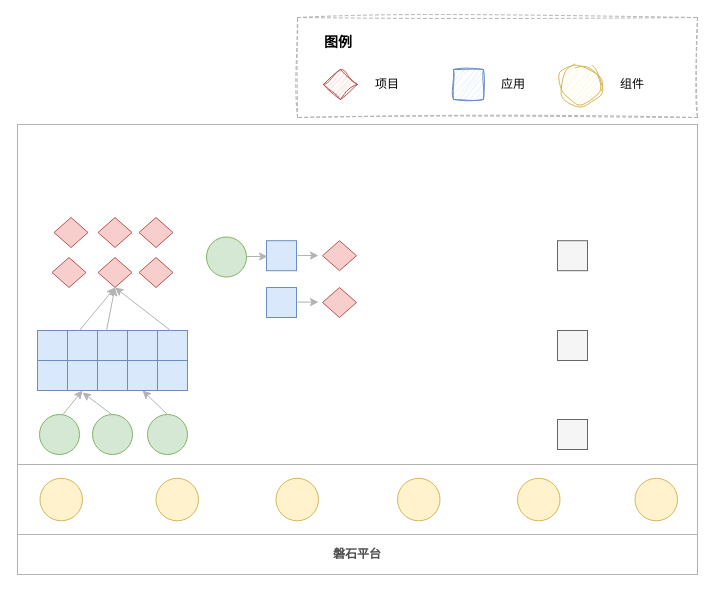
The draw.io diagram 低代码—项目背景.drawio in tangyaosimida/love, before the edit. Source tidied: cells renumbered, new cells numbered last; positions are measured from the earlier drawing's top-left corner, leaving out a move shared by most shapes. Both pictures are drawn from the tidied source at 100%, with x=0, y=0 at pixel (17, 17).
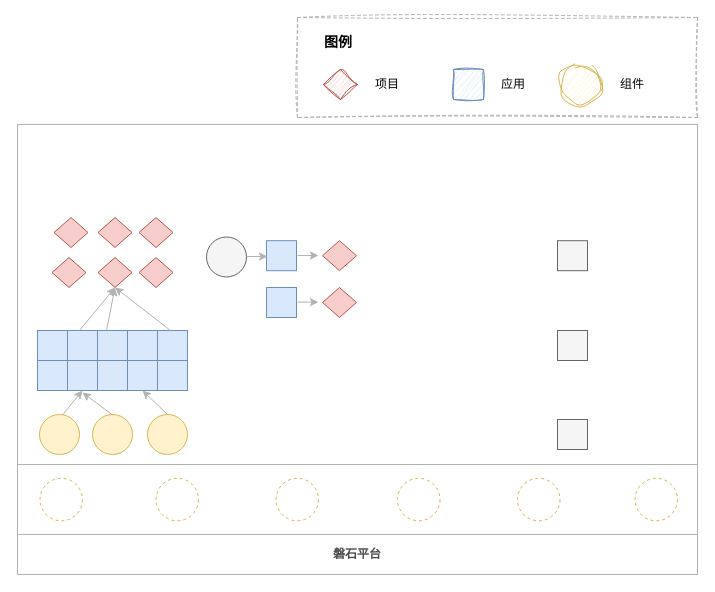
After the change.

Commit message (it also covers changes not shown here):
更新低代码—项目背景.drawio

Diff of the diagram source:
```diff
@@
-    <mxCell id="6" style="ellipse;whiteSpace=wrap;html=1;fillColor=#fff2cc;strokeColor=#d6b656;" parent="1" vertex="1">
+    <mxCell id="6" style="ellipse;whiteSpace=wrap;html=1;fillColor=none;strokeColor=#d6b656;dashed=1;" parent="1" vertex="1">
       <mxGeometry x="22.5" y="460.8" width="42.5" height="42.5" as="geometry" />
     </mxCell>
-    <mxCell id="7" style="ellipse;whiteSpace=wrap;html=1;fillColor=#fff2cc;strokeColor=#d6b656;" parent="1" vertex="1">
+    <mxCell id="7" style="ellipse;whiteSpace=wrap;html=1;fillColor=none;strokeColor=#d6b656;dashed=1;" parent="1" vertex="1">
       <mxGeometry x="138.5" y="460.8" width="42.5" height="42.5" as="geometry" />
     </mxCell>
-    <mxCell id="8" style="ellipse;whiteSpace=wrap;html=1;fillColor=#fff2cc;strokeColor=#d6b656;" parent="1" vertex="1">
+    <mxCell id="8" style="ellipse;whiteSpace=wrap;html=1;fillColor=none;strokeColor=#d6b656;dashed=1;" parent="1" vertex="1">
       <mxGeometry x="500" y="460.8" width="42.5" height="42.5" as="geometry" />
     </mxCell>
-    <mxCell id="9" style="ellipse;whiteSpace=wrap;html=1;fillColor=#fff2cc;strokeColor=#d6b656;" parent="1" vertex="1">
+    <mxCell id="9" style="ellipse;whiteSpace=wrap;html=1;fillColor=none;strokeColor=#d6b656;dashed=1;" parent="1" vertex="1">
       <mxGeometry x="617.5" y="460.8" width="42.5" height="42.5" as="geometry" />
     </mxCell>
-    <mxCell id="10" style="ellipse;whiteSpace=wrap;html=1;fillColor=#d5e8d4;strokeColor=#82b366;" parent="1" vertex="1">
+    <mxCell id="10" style="ellipse;whiteSpace=wrap;html=1;fillColor=#fff2cc;strokeColor=#d6b656;" parent="1" vertex="1">
       <mxGeometry x="22" y="397" width="40" height="40" as="geometry" />
     </mxCell>
-    <mxCell id="11" style="ellipse;whiteSpace=wrap;html=1;fillColor=#d5e8d4;strokeColor=#82b366;" parent="1" vertex="1">
+    <mxCell id="11" style="ellipse;whiteSpace=wrap;html=1;fillColor=#fff2cc;strokeColor=#d6b656;" parent="1" vertex="1">
       <mxGeometry x="75" y="397" width="40" height="40" as="geometry" />
     </mxCell>
-    <mxCell id="12" style="ellipse;whiteSpace=wrap;html=1;fillColor=#d5e8d4;strokeColor=#82b366;" parent="1" vertex="1">
+    <mxCell id="12" style="ellipse;whiteSpace=wrap;html=1;fillColor=#fff2cc;strokeColor=#d6b656;" parent="1" vertex="1">
       <mxGeometry x="130" y="397" width="40" height="40" as="geometry" />
     </mxCell>
@@
-    <mxCell id="29" style="ellipse;whiteSpace=wrap;html=1;fillColor=#d5e8d4;strokeColor=#82b366;" parent="1" vertex="1">
+    <mxCell id="29" style="ellipse;whiteSpace=wrap;html=1;fillColor=#f5f5f5;strokeColor=#666666;fontColor=#333333;" parent="1" vertex="1">
       <mxGeometry x="189" y="219.5" width="40" height="40" as="geometry" />
     </mxCell>
@@
-    <mxCell id="34" style="ellipse;whiteSpace=wrap;html=1;fillColor=#fff2cc;strokeColor=#d6b656;" parent="1" vertex="1">
+    <mxCell id="34" style="ellipse;whiteSpace=wrap;html=1;fillColor=none;strokeColor=#d6b656;dashed=1;" parent="1" vertex="1">
       <mxGeometry x="258.5" y="460.8" width="42.5" height="42.5" as="geometry" />
     </mxCell>
-    <mxCell id="35" style="ellipse;whiteSpace=wrap;html=1;fillColor=#fff2cc;strokeColor=#d6b656;" parent="1" vertex="1">
+    <mxCell id="35" style="ellipse;whiteSpace=wrap;html=1;fillColor=none;strokeColor=#d6b656;dashed=1;" parent="1" vertex="1">
       <mxGeometry x="380" y="460.8" width="42.5" height="42.5" as="geometry" />
     </mxCell>
```
